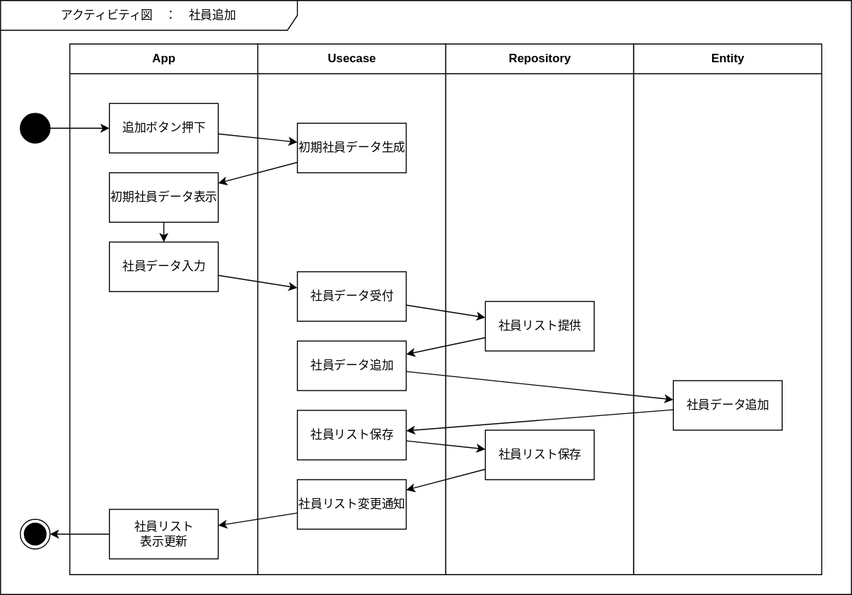
This is Designs/アクティビティ/社員追加.svg from bosssanovar/LightMvvmSample, a draw.io export, as it was before one commit. Source tidied: cells renumbered, new cells last; positions are measured from the earlier drawing's top-left corner, leaving out a move shared by most shapes.
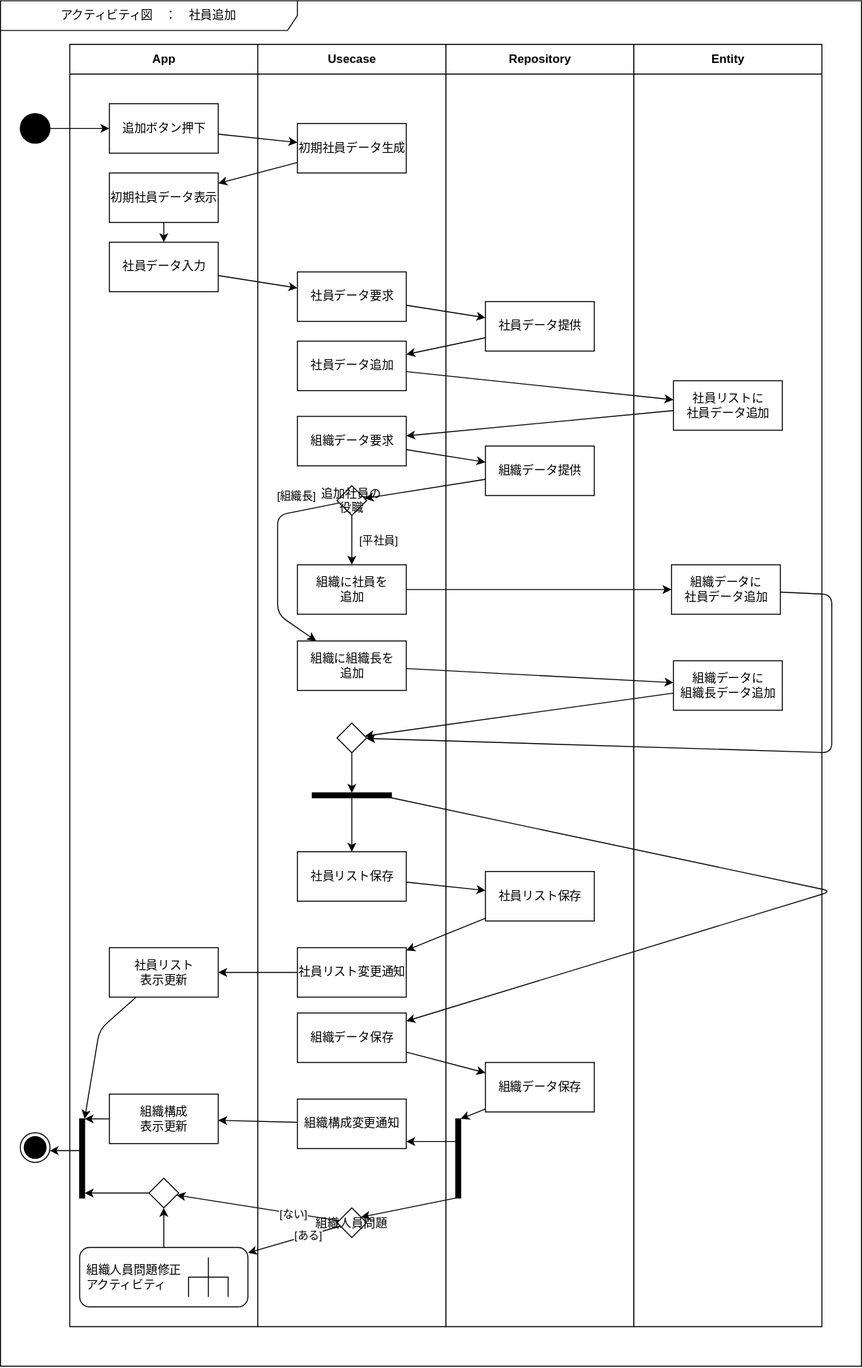
The same diagram one commit later.

The edit, as a diff of the source:
```diff
@@ -1,12 +1,39 @@
 <mxGraphModel>
   <root>
-    <mxCell id="0" />
-    <mxCell id="1" parent="0" />
+    <mxCell id="34" />
+    <mxCell id="35" parent="34" />
-    <mxCell id="2" value="アクティビティ図　：　社員追加" style="shape=umlFrame;whiteSpace=wrap;html=1;swimlaneFillColor=#FFFFFF;width=300;height=30;" parent="1" vertex="1">
-      <mxGeometry width="860" height="600" as="geometry" />
+    <mxCell id="2" value="アクティビティ図　：　社員追加" style="shape=umlFrame;whiteSpace=wrap;html=1;swimlaneFillColor=#FFFFFF;width=300;height=30;" parent="35" vertex="1">
+      <mxGeometry width="870" height="1380" as="geometry" />
     </mxCell>
+    <mxCell id="15" value="Repository" style="swimlane;fontStyle=1;align=center;horizontal=1;startSize=30;html=1;swimlaneFillColor=#FFFFFF;" parent="35" vertex="1">
+      <mxGeometry x="450" y="44" width="190" height="1296" as="geometry" />
+    </mxCell>
+    <mxCell id="36" value="社員データ提供" style="html=1;" parent="15" vertex="1">
+      <mxGeometry x="40" y="260" width="110" height="50" as="geometry" />
+    </mxCell>
+    <mxCell id="37" value="組織データ提供" style="html=1;" parent="15" vertex="1">
+      <mxGeometry x="40" y="406" width="110" height="50" as="geometry" />
+    </mxCell>
+    <mxCell id="38" value="社員リスト保存" style="html=1;" parent="15" vertex="1">
+      <mxGeometry x="40" y="836" width="110" height="50" as="geometry" />
+    </mxCell>
+    <mxCell id="39" style="html=1;points=[];perimeter=orthogonalPerimeter;fillColor=strokeColor;" parent="15" vertex="1">
+      <mxGeometry x="10" y="1086" width="5" height="80" as="geometry" />
+    </mxCell>
+    <mxCell id="18" value="Entity" style="swimlane;fontStyle=1;align=center;horizontal=1;startSize=30;html=1;swimlaneFillColor=#FFFFFF;" parent="35" vertex="1">
+      <mxGeometry x="640" y="44" width="190" height="1296" as="geometry" />
+    </mxCell>
+    <mxCell id="40" value="社員リストに&lt;br&gt;社員データ追加" style="html=1;" parent="18" vertex="1">
+      <mxGeometry x="40" y="340" width="110" height="50" as="geometry" />
+    </mxCell>
+    <mxCell id="41" value="組織データに&lt;br&gt;組織長データ追加" style="html=1;" parent="18" vertex="1">
+      <mxGeometry x="40" y="623" width="110" height="50" as="geometry" />
+    </mxCell>
+    <mxCell id="42" value="組織データに&lt;br&gt;社員データ追加" style="html=1;" parent="18" vertex="1">
+      <mxGeometry x="38" y="526" width="110" height="50" as="geometry" />
+    </mxCell>
-    <mxCell id="3" value="App" style="swimlane;fontStyle=1;align=center;horizontal=1;startSize=30;html=1;swimlaneFillColor=#FFFFFF;" parent="1" vertex="1">
-      <mxGeometry x="70" y="44" width="190" height="536" as="geometry" />
+    <mxCell id="3" value="App" style="swimlane;fontStyle=1;align=center;horizontal=1;startSize=30;html=1;swimlaneFillColor=#FFFFFF;" parent="35" vertex="1">
+      <mxGeometry x="70" y="44" width="190" height="1296" as="geometry" />
     </mxCell>
     <mxCell id="4" value="追加ボタン押下" style="html=1;" parent="3" vertex="1">
       <mxGeometry x="40" y="60" width="110" height="50" as="geometry" />
@@ -20,83 +47,210 @@
     <mxCell id="7" value="社員データ入力" style="html=1;" parent="3" vertex="1">
       <mxGeometry x="40" y="200" width="110" height="50" as="geometry" />
     </mxCell>
-    <mxCell id="8" value="社員リスト&lt;br&gt;表示更新" style="html=1;" parent="3" vertex="1">
-      <mxGeometry x="40" y="470" width="110" height="50" as="geometry" />
-    </mxCell>
+    <mxCell id="43" style="html=1;points=[];perimeter=orthogonalPerimeter;fillColor=strokeColor;rotation=0;" parent="3" vertex="1">
+      <mxGeometry x="10" y="1086" width="5" height="80" as="geometry" />
+    </mxCell>
+    <mxCell id="44" style="edgeStyle=none;html=1;endArrow=classic;endFill=1;" parent="3" edge="1" source="45" target="47">
+      <mxGeometry relative="1" as="geometry" />
+    </mxCell>
+    <mxCell id="45" value="組織人員問題修正&lt;br&gt;アクティビティ" style="shape=mxgraph.uml25.behaviorAction;html=1;rounded=1;absoluteArcSize=1;arcSize=10;align=left;spacingLeft=5;" parent="3" vertex="1">
+      <mxGeometry x="10" y="1216" width="170" height="60" as="geometry" />
+    </mxCell>
+    <mxCell id="46" style="edgeStyle=none;html=1;endArrow=classic;endFill=1;" parent="3" edge="1" source="47" target="43">
+      <mxGeometry relative="1" as="geometry" />
+    </mxCell>
+    <mxCell id="47" style="rhombus;" parent="3" vertex="1">
+      <mxGeometry x="80" y="1146" width="30" height="30" as="geometry" />
+    </mxCell>
+    <mxCell id="48" style="edgeStyle=none;html=1;endArrow=classic;endFill=1;" parent="3" edge="1" source="49" target="43">
+      <mxGeometry relative="1" as="geometry" />
+    </mxCell>
+    <mxCell id="49" value="組織構成&lt;br&gt;表示更新" style="html=1;" parent="3" vertex="1">
+      <mxGeometry x="40" y="1061" width="110" height="50" as="geometry" />
+    </mxCell>
-    <mxCell id="9" value="Usecase" style="swimlane;fontStyle=1;align=center;horizontal=1;startSize=30;html=1;swimlaneFillColor=#FFFFFF;" parent="1" vertex="1">
-      <mxGeometry x="260" y="44" width="190" height="536" as="geometry" />
+    <mxCell id="9" value="Usecase" style="swimlane;fontStyle=1;align=center;horizontal=1;startSize=30;html=1;swimlaneFillColor=#FFFFFF;" parent="35" vertex="1">
+      <mxGeometry x="260" y="44" width="190" height="1296" as="geometry" />
     </mxCell>
     <mxCell id="10" value="初期社員データ生成" style="html=1;" parent="9" vertex="1">
       <mxGeometry x="40" y="80" width="110" height="50" as="geometry" />
     </mxCell>
-    <mxCell id="11" value="社員データ受付" style="html=1;" parent="9" vertex="1">
-      <mxGeometry x="40" y="230" width="110" height="50" as="geometry" />
-    </mxCell>
+    <mxCell id="50" value="社員データ要求" style="html=1;" parent="9" vertex="1">
+      <mxGeometry x="40" y="230" width="110" height="50" as="geometry" />
+    </mxCell>
     <mxCell id="12" value="社員データ追加" style="html=1;" parent="9" vertex="1">
       <mxGeometry x="40" y="300" width="110" height="50" as="geometry" />
     </mxCell>
-    <mxCell id="13" value="社員リスト保存" style="html=1;" parent="9" vertex="1">
-      <mxGeometry x="40" y="370" width="110" height="50" as="geometry" />
-    </mxCell>
-    <mxCell id="14" value="社員リスト変更通知" style="html=1;" parent="9" vertex="1">
-      <mxGeometry x="40" y="440" width="110" height="50" as="geometry" />
-    </mxCell>
-    <mxCell id="15" value="Repository" style="swimlane;fontStyle=1;align=center;horizontal=1;startSize=30;html=1;swimlaneFillColor=#FFFFFF;" parent="1" vertex="1">
-      <mxGeometry x="450" y="44" width="190" height="536" as="geometry" />
-    </mxCell>
-    <mxCell id="16" value="社員リスト提供" style="html=1;" parent="15" vertex="1">
-      <mxGeometry x="40" y="260" width="110" height="50" as="geometry" />
-    </mxCell>
-    <mxCell id="17" value="社員リスト保存" style="html=1;" parent="15" vertex="1">
-      <mxGeometry x="40" y="390" width="110" height="50" as="geometry" />
-    </mxCell>
-    <mxCell id="18" value="Entity" style="swimlane;fontStyle=1;align=center;horizontal=1;startSize=30;html=1;swimlaneFillColor=#FFFFFF;" parent="1" vertex="1">
-      <mxGeometry x="640" y="44" width="190" height="536" as="geometry" />
-    </mxCell>
-    <mxCell id="19" value="社員データ追加" style="html=1;" parent="18" vertex="1">
-      <mxGeometry x="40" y="340" width="110" height="50" as="geometry" />
-    </mxCell>
-    <mxCell id="20" style="edgeStyle=none;html=1;" parent="1" edge="1" source="21" target="4">
-      <mxGeometry relative="1" as="geometry" />
-    </mxCell>
-    <mxCell id="21" style="ellipse;fillColor=strokeColor;" parent="1" vertex="1">
-      <mxGeometry x="20" y="114" width="30" height="30" as="geometry" />
-    </mxCell>
+    <mxCell id="51" value="組織データ要求" style="html=1;" parent="9" vertex="1">
+      <mxGeometry x="40" y="376" width="110" height="50" as="geometry" />
+    </mxCell>
+    <mxCell id="52" value="組織に組織長を&lt;br&gt;追加" style="html=1;" parent="9" vertex="1">
+      <mxGeometry x="40" y="603" width="110" height="50" as="geometry" />
+    </mxCell>
+    <mxCell id="53" value="社員リスト保存" style="html=1;" parent="9" vertex="1">
+      <mxGeometry x="40" y="816" width="110" height="50" as="geometry" />
+    </mxCell>
+    <mxCell id="54" style="edgeStyle=none;html=1;" parent="9" edge="1" source="55" target="53">
+      <mxGeometry relative="1" as="geometry" />
+    </mxCell>
+    <mxCell id="55" style="html=1;points=[];perimeter=orthogonalPerimeter;fillColor=strokeColor;rotation=-90;" parent="9" vertex="1">
+      <mxGeometry x="92.5" y="719" width="5" height="80" as="geometry" />
+    </mxCell>
+    <mxCell id="56" value="組織データ保存" style="html=1;" parent="9" vertex="1">
+      <mxGeometry x="40" y="979" width="110" height="50" as="geometry" />
+    </mxCell>
+    <mxCell id="57" style="edgeStyle=none;html=1;" parent="9" edge="1" source="55" target="56">
+      <mxGeometry relative="1" as="geometry">
+        <Array as="points">
+          <mxPoint x="580" y="856" />
+        </Array>
+      </mxGeometry>
+    </mxCell>
+    <mxCell id="58" style="edgeStyle=none;html=1;startArrow=none;" parent="9" edge="1" source="59" target="55">
+      <mxGeometry relative="1" as="geometry" />
+    </mxCell>
+    <mxCell id="59" style="rhombus;" parent="9" vertex="1">
+      <mxGeometry x="80" y="686" width="30" height="30" as="geometry" />
+    </mxCell>
+    <mxCell id="60" style="edgeStyle=none;html=1;" parent="9" edge="1" source="62" target="52">
+      <mxGeometry relative="1" as="geometry">
+        <Array as="points">
+          <mxPoint x="20" y="476" />
+          <mxPoint x="20" y="576" />
+        </Array>
+      </mxGeometry>
+    </mxCell>
+    <mxCell id="61" value="[組織長]" style="edgeLabel;html=1;align=center;verticalAlign=middle;" parent="60" vertex="1">
+      <mxGeometry x="-0.71" y="2" relative="1" as="geometry">
+        <mxPoint x="-16" y="-16" as="offset" />
+      </mxGeometry>
+    </mxCell>
+    <mxCell id="62" value="追加社員の&#10;役職" style="rhombus;" parent="9" vertex="1">
+      <mxGeometry x="80" y="446" width="30" height="30" as="geometry" />
+    </mxCell>
+    <mxCell id="63" value="組織に社員を&lt;br&gt;追加" style="html=1;" parent="9" vertex="1">
+      <mxGeometry x="40" y="526" width="110" height="50" as="geometry" />
+    </mxCell>
+    <mxCell id="64" style="edgeStyle=none;html=1;" parent="9" edge="1" source="62" target="63">
+      <mxGeometry relative="1" as="geometry" />
+    </mxCell>
+    <mxCell id="65" value="[平社員]" style="edgeLabel;html=1;align=center;verticalAlign=middle;" parent="64" vertex="1">
+      <mxGeometry x="-0.5" y="-1" relative="1" as="geometry">
+        <mxPoint x="27" y="12" as="offset" />
+      </mxGeometry>
+    </mxCell>
+    <mxCell id="66" value="組織人員問題" style="rhombus;" parent="9" vertex="1">
+      <mxGeometry x="80" y="1176" width="30" height="30" as="geometry" />
+    </mxCell>
+    <mxCell id="67" value="組織構成変更通知" style="html=1;" parent="9" vertex="1">
+      <mxGeometry x="40" y="1066" width="110" height="50" as="geometry" />
+    </mxCell>
+    <mxCell id="68" style="edgeStyle=none;html=1;" parent="35" edge="1" source="69" target="4">
+      <mxGeometry relative="1" as="geometry" />
+    </mxCell>
+    <mxCell id="69" style="ellipse;fillColor=strokeColor;" parent="35" vertex="1">
+      <mxGeometry x="20" y="114" width="30" height="30" as="geometry" />
+    </mxCell>
-    <mxCell id="22" style="edgeStyle=none;html=1;" parent="1" edge="1" source="4" target="10">
+    <mxCell id="22" style="edgeStyle=none;html=1;" parent="35" edge="1" source="4" target="10">
       <mxGeometry relative="1" as="geometry" />
     </mxCell>
-    <mxCell id="23" style="edgeStyle=none;html=1;" parent="1" edge="1" source="10" target="6">
+    <mxCell id="23" style="edgeStyle=none;html=1;" parent="35" edge="1" source="10" target="6">
       <mxGeometry relative="1" as="geometry" />
     </mxCell>
-    <mxCell id="24" style="edgeStyle=none;html=1;" parent="1" edge="1" source="7" target="11">
-      <mxGeometry relative="1" as="geometry" />
-    </mxCell>
-    <mxCell id="25" style="edgeStyle=none;html=1;" parent="1" edge="1" source="11" target="16">
-      <mxGeometry relative="1" as="geometry" />
-    </mxCell>
-    <mxCell id="26" style="edgeStyle=none;html=1;" parent="1" edge="1" source="16" target="12">
-      <mxGeometry relative="1" as="geometry" />
-    </mxCell>
-    <mxCell id="27" style="edgeStyle=none;html=1;" parent="1" edge="1" source="12" target="19">
-      <mxGeometry relative="1" as="geometry" />
-    </mxCell>
-    <mxCell id="28" style="edgeStyle=none;html=1;" parent="1" edge="1" source="19" target="13">
-      <mxGeometry relative="1" as="geometry" />
-    </mxCell>
-    <mxCell id="29" style="edgeStyle=none;html=1;" parent="1" edge="1" source="13" target="17">
-      <mxGeometry relative="1" as="geometry" />
-    </mxCell>
-    <mxCell id="30" style="edgeStyle=none;html=1;" parent="1" edge="1" source="17" target="14">
-      <mxGeometry relative="1" as="geometry" />
-    </mxCell>
+    <mxCell id="70" style="edgeStyle=none;html=1;" parent="35" edge="1" source="7" target="50">
+      <mxGeometry relative="1" as="geometry" />
+    </mxCell>
+    <mxCell id="71" style="edgeStyle=none;html=1;" parent="35" edge="1" source="50" target="36">
+      <mxGeometry relative="1" as="geometry" />
+    </mxCell>
+    <mxCell id="72" style="edgeStyle=none;html=1;" parent="35" edge="1" source="36" target="12">
+      <mxGeometry relative="1" as="geometry" />
+    </mxCell>
+    <mxCell id="73" style="edgeStyle=none;html=1;" parent="35" edge="1" source="12" target="40">
+      <mxGeometry relative="1" as="geometry" />
+    </mxCell>
+    <mxCell id="8" value="社員リスト&lt;br&gt;表示更新" style="html=1;" parent="35" vertex="1">
+      <mxGeometry x="110" y="957" width="110" height="50" as="geometry" />
+    </mxCell>
+    <mxCell id="14" value="社員リスト変更通知" style="html=1;" parent="35" vertex="1">
+      <mxGeometry x="300" y="957" width="110" height="50" as="geometry" />
+    </mxCell>
+    <mxCell id="74" style="edgeStyle=none;html=1;" parent="35" edge="1" source="53" target="38">
+      <mxGeometry relative="1" as="geometry" />
+    </mxCell>
+    <mxCell id="75" style="edgeStyle=none;html=1;" parent="35" edge="1" source="38" target="14">
+      <mxGeometry relative="1" as="geometry" />
+    </mxCell>
-    <mxCell id="31" style="edgeStyle=none;html=1;" parent="1" edge="1" source="14" target="8">
+    <mxCell id="31" style="edgeStyle=none;html=1;" parent="35" edge="1" source="14" target="8">
       <mxGeometry relative="1" as="geometry" />
     </mxCell>
-    <mxCell id="32" style="ellipse;html=1;shape=endState;fillColor=strokeColor;" parent="1" vertex="1">
-      <mxGeometry x="20" y="524" width="30" height="30" as="geometry" />
-    </mxCell>
-    <mxCell id="33" style="edgeStyle=none;html=1;" parent="1" edge="1" source="8" target="32">
-      <mxGeometry relative="1" as="geometry" />
-    </mxCell>
+    <mxCell id="76" style="ellipse;html=1;shape=endState;fillColor=strokeColor;" parent="35" vertex="1">
+      <mxGeometry x="20" y="1144" width="30" height="30" as="geometry" />
+    </mxCell>
+    <mxCell id="77" style="edgeStyle=none;html=1;" parent="35" edge="1" source="8" target="43">
+      <mxGeometry relative="1" as="geometry">
+        <Array as="points">
+          <mxPoint x="100" y="1040" />
+        </Array>
+      </mxGeometry>
+    </mxCell>
+    <mxCell id="78" style="edgeStyle=none;html=1;" parent="35" edge="1" source="40" target="51">
+      <mxGeometry relative="1" as="geometry" />
+    </mxCell>
+    <mxCell id="79" style="edgeStyle=none;html=1;" parent="35" edge="1" source="51" target="37">
+      <mxGeometry relative="1" as="geometry" />
+    </mxCell>
+    <mxCell id="80" style="edgeStyle=none;html=1;" parent="35" edge="1" source="52" target="41">
+      <mxGeometry relative="1" as="geometry" />
+    </mxCell>
+    <mxCell id="81" style="edgeStyle=none;html=1;" parent="35" edge="1" source="41" target="59">
+      <mxGeometry relative="1" as="geometry" />
+    </mxCell>
+    <mxCell id="82" style="edgeStyle=none;html=1;endArrow=classic;endFill=1;" parent="35" edge="1" source="83" target="39">
+      <mxGeometry relative="1" as="geometry" />
+    </mxCell>
+    <mxCell id="83" value="組織データ保存" style="html=1;" parent="35" vertex="1">
+      <mxGeometry x="490" y="1073" width="110" height="50" as="geometry" />
+    </mxCell>
+    <mxCell id="84" style="edgeStyle=none;html=1;" parent="35" edge="1" source="56" target="83">
+      <mxGeometry relative="1" as="geometry" />
+    </mxCell>
+    <mxCell id="85" style="edgeStyle=none;html=1;" parent="35" edge="1" source="43" target="76">
+      <mxGeometry relative="1" as="geometry" />
+    </mxCell>
+    <mxCell id="86" style="edgeStyle=none;html=1;" parent="35" edge="1" source="42" target="59">
+      <mxGeometry relative="1" as="geometry">
+        <Array as="points">
+          <mxPoint x="840" y="600" />
+          <mxPoint x="840" y="760" />
+        </Array>
+      </mxGeometry>
+    </mxCell>
+    <mxCell id="87" style="edgeStyle=none;html=1;" parent="35" edge="1" source="63" target="42">
+      <mxGeometry relative="1" as="geometry" />
+    </mxCell>
+    <mxCell id="88" style="edgeStyle=none;html=1;" parent="35" edge="1" source="37" target="62">
+      <mxGeometry relative="1" as="geometry" />
+    </mxCell>
+    <mxCell id="89" style="edgeStyle=none;html=1;endArrow=classic;endFill=1;" parent="35" edge="1" source="66" target="45">
+      <mxGeometry relative="1" as="geometry" />
+    </mxCell>
+    <mxCell id="90" value="[ある]" style="edgeLabel;html=1;align=center;verticalAlign=middle;" parent="89" vertex="1">
+      <mxGeometry x="-0.29" y="-1" relative="1" as="geometry" />
+    </mxCell>
+    <mxCell id="91" style="edgeStyle=none;html=1;endArrow=classic;endFill=1;" parent="35" edge="1" source="66" target="47">
+      <mxGeometry relative="1" as="geometry" />
+    </mxCell>
+    <mxCell id="92" value="[ない]" style="edgeLabel;html=1;align=center;verticalAlign=middle;" parent="91" vertex="1">
+      <mxGeometry x="-0.41" relative="1" as="geometry" />
+    </mxCell>
+    <mxCell id="93" style="edgeStyle=none;html=1;endArrow=classic;endFill=1;" parent="35" edge="1" source="39" target="66">
+      <mxGeometry relative="1" as="geometry" />
+    </mxCell>
+    <mxCell id="94" style="edgeStyle=none;html=1;endArrow=classic;endFill=1;" parent="35" edge="1" source="39" target="67">
+      <mxGeometry relative="1" as="geometry" />
+    </mxCell>
+    <mxCell id="95" style="edgeStyle=none;html=1;endArrow=classic;endFill=1;" parent="35" edge="1" source="67" target="49">
+      <mxGeometry relative="1" as="geometry" />
+    </mxCell>
   </root>
 </mxGraphModel>
```
